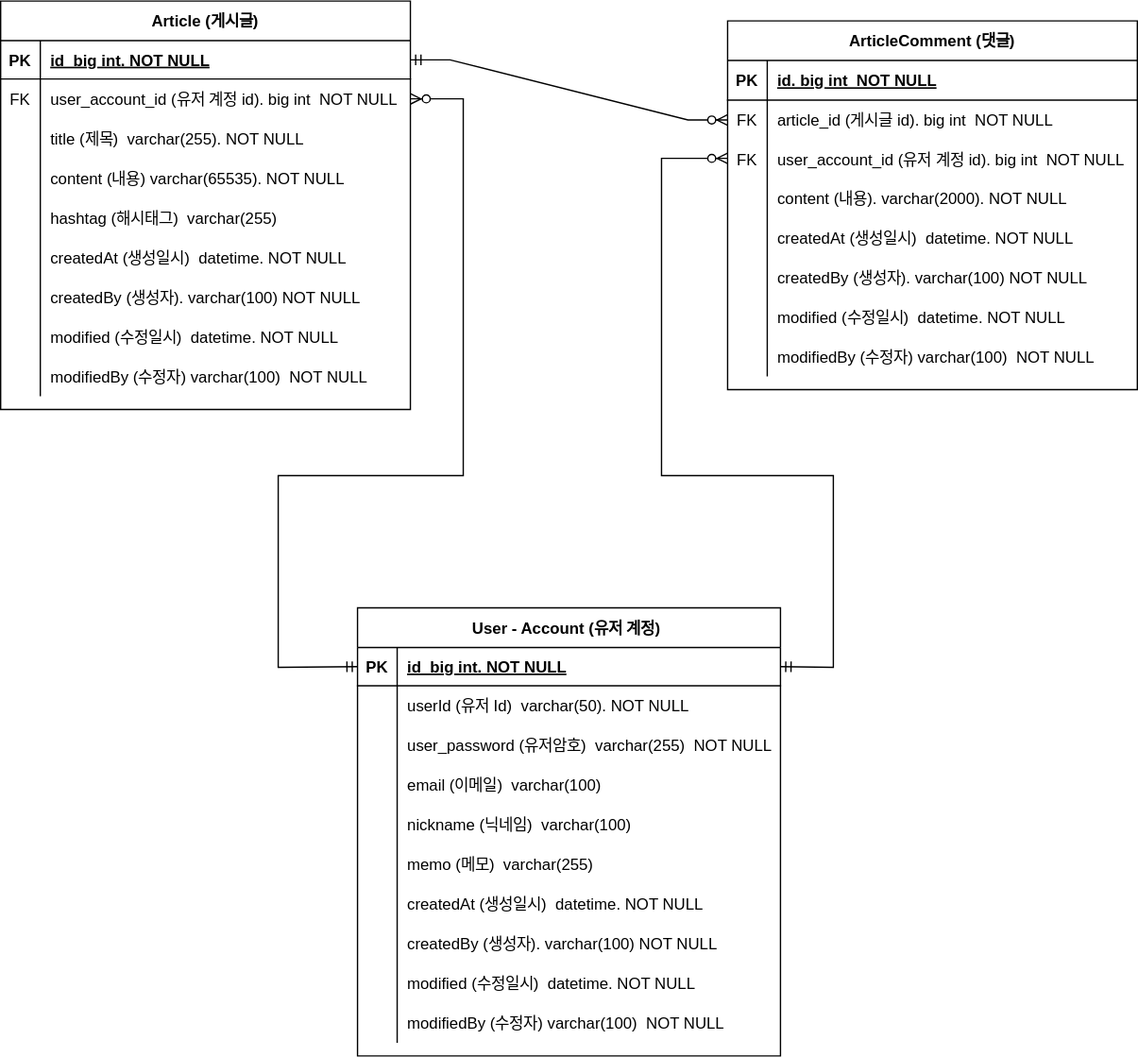
itavita08/project-board keeps this draw.io diagram as document/board-erd.drawio.svg. Above is the earlier version. Source tidied: cells renumbered, new cells last; positions are measured from the earlier drawing's top-left corner, leaving out a move shared by most shapes.
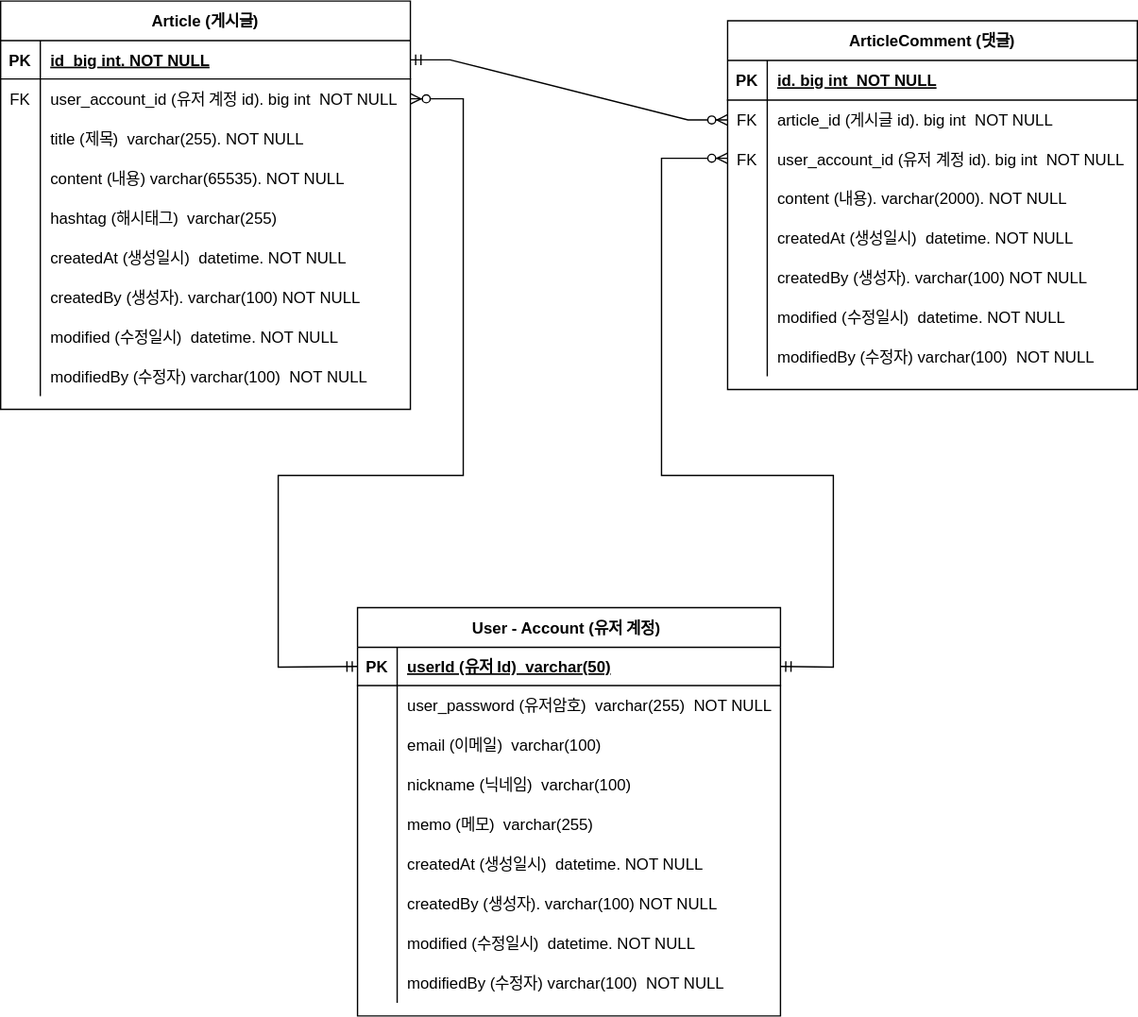
The same diagram one commit later.

Commit message:
#32 - ERD 문서 수정: 회원 계정 user_id 를 PK 로 변경

회원 계정 기존 `id` 를 삭제하고 `user_id`를 pk로 변경하는
그림 적용

Diff of the diagram source:
```diff
@@ -165,7 +165,7 @@
       <mxGeometry relative="1" as="geometry" />
     </mxCell>
     <mxCell id="56" value="User - Account (유저 계정) " style="shape=table;startSize=30;rowLines=0;fontStyle=1;align=center;" parent="1" vertex="1">
-      <mxGeometry x="270" y="459" width="320" height="339" as="geometry" />
+      <mxGeometry x="270" y="459" width="320" height="309" as="geometry" />
     </mxCell>
     <mxCell id="57" style="shape=partialRectangle;fillColor=none;points=[[0,0.5],[1,0.5]];portConstraint=eastwest;top=0;left=0;right=0;bottom=1;" parent="56" vertex="1">
       <mxGeometry y="30" width="320" height="29" as="geometry" />
@@ -173,7 +173,7 @@
     <mxCell id="58" value="PK" style="shape=partialRectangle;overflow=hidden;fillColor=none;top=0;left=0;bottom=0;right=0;fontStyle=1;" parent="57" vertex="1">
       <mxGeometry width="30" height="29" as="geometry" />
     </mxCell>
-    <mxCell id="59" value="id  big int. NOT NULL" style="shape=partialRectangle;overflow=hidden;fillColor=none;top=0;left=0;bottom=0;right=0;align=left;spacingLeft=6;fontStyle=5;" parent="57" vertex="1">
+    <mxCell id="59" value="userId (유저 Id)  varchar(50)" style="shape=partialRectangle;overflow=hidden;fillColor=none;top=0;left=0;bottom=0;right=0;align=left;spacingLeft=6;fontStyle=5;" parent="57" vertex="1">
       <mxGeometry x="30" width="290" height="29" as="geometry" />
     </mxCell>
     <mxCell id="60" style="shape=partialRectangle;fillColor=none;top=0;left=0;right=0;bottom=0;fontStyle=0;" parent="56" vertex="1">
@@ -182,7 +182,7 @@
     <mxCell id="61" style="shape=partialRectangle;overflow=hidden;fillColor=none;top=0;left=0;bottom=0;right=0;" parent="60" vertex="1">
       <mxGeometry width="30" height="30" as="geometry" />
     </mxCell>
-    <mxCell id="62" value="userId (유저 Id)  varchar(50). NOT NULL" style="shape=partialRectangle;overflow=hidden;fillColor=none;top=0;left=0;bottom=0;right=0;align=left;spacingLeft=6;strokeColor=inherit;fontStyle=0;" parent="60" vertex="1">
+    <mxCell id="62" value="user_password (유저암호)  varchar(255)  NOT NULL" style="shape=partialRectangle;overflow=hidden;fillColor=none;top=0;left=0;bottom=0;right=0;align=left;spacingLeft=6;strokeColor=inherit;fontStyle=0;" parent="60" vertex="1">
       <mxGeometry x="30" width="290" height="30" as="geometry" />
     </mxCell>
     <mxCell id="63" style="shape=partialRectangle;fillColor=none;top=0;left=0;right=0;bottom=0;" parent="56" vertex="1">
@@ -191,7 +191,7 @@
     <mxCell id="64" style="shape=partialRectangle;overflow=hidden;fillColor=none;top=0;left=0;bottom=0;right=0;" parent="63" vertex="1">
       <mxGeometry width="30" height="30" as="geometry" />
     </mxCell>
-    <mxCell id="65" value="user_password (유저암호)  varchar(255)  NOT NULL" style="shape=partialRectangle;overflow=hidden;fillColor=none;top=0;left=0;bottom=0;right=0;align=left;spacingLeft=6;strokeColor=inherit;fontStyle=0;" parent="63" vertex="1">
+    <mxCell id="65" value="email (이메일)  varchar(100)" style="shape=partialRectangle;overflow=hidden;fillColor=none;top=0;left=0;bottom=0;right=0;align=left;spacingLeft=6;strokeColor=inherit;fontStyle=0;" parent="63" vertex="1">
       <mxGeometry x="30" width="290" height="30" as="geometry" />
     </mxCell>
     <mxCell id="66" style="shape=partialRectangle;fillColor=none;top=0;left=0;right=0;bottom=0;" parent="56" vertex="1">
@@ -200,7 +200,7 @@
     <mxCell id="67" style="shape=partialRectangle;overflow=hidden;fillColor=none;top=0;left=0;bottom=0;right=0;" parent="66" vertex="1">
       <mxGeometry width="30" height="30" as="geometry" />
     </mxCell>
-    <mxCell id="68" value="email (이메일)  varchar(100)" style="shape=partialRectangle;overflow=hidden;fillColor=none;top=0;left=0;bottom=0;right=0;align=left;spacingLeft=6;strokeColor=inherit;" parent="66" vertex="1">
+    <mxCell id="68" value="nickname (닉네임)  varchar(100)" style="shape=partialRectangle;overflow=hidden;fillColor=none;top=0;left=0;bottom=0;right=0;align=left;spacingLeft=6;strokeColor=inherit;" parent="66" vertex="1">
       <mxGeometry x="30" width="290" height="30" as="geometry" />
     </mxCell>
     <mxCell id="69" style="shape=partialRectangle;fillColor=none;top=0;left=0;right=0;bottom=0;" parent="56" vertex="1">
@@ -209,7 +209,7 @@
     <mxCell id="70" style="shape=partialRectangle;overflow=hidden;fillColor=none;top=0;left=0;bottom=0;right=0;" parent="69" vertex="1">
       <mxGeometry width="30" height="30" as="geometry" />
     </mxCell>
-    <mxCell id="71" value="nickname (닉네임)  varchar(100)" style="shape=partialRectangle;overflow=hidden;fillColor=none;top=0;left=0;bottom=0;right=0;align=left;spacingLeft=6;strokeColor=inherit;fontStyle=0;" parent="69" vertex="1">
+    <mxCell id="71" value="memo (메모)  varchar(255)" style="shape=partialRectangle;overflow=hidden;fillColor=none;top=0;left=0;bottom=0;right=0;align=left;spacingLeft=6;strokeColor=inherit;fontStyle=0;" parent="69" vertex="1">
       <mxGeometry x="30" width="290" height="30" as="geometry" />
     </mxCell>
     <mxCell id="72" style="shape=partialRectangle;fillColor=none;top=0;left=0;right=0;bottom=0;" parent="56" vertex="1">
@@ -218,7 +218,7 @@
     <mxCell id="73" style="shape=partialRectangle;overflow=hidden;fillColor=none;top=0;left=0;bottom=0;right=0;" parent="72" vertex="1">
       <mxGeometry width="30" height="30" as="geometry" />
     </mxCell>
-    <mxCell id="74" value="memo (메모)  varchar(255)" style="shape=partialRectangle;overflow=hidden;fillColor=none;top=0;left=0;bottom=0;right=0;align=left;spacingLeft=6;strokeColor=inherit;fontStyle=0;" parent="72" vertex="1">
+    <mxCell id="74" value="createdAt (생성일시)  datetime. NOT NULL" style="shape=partialRectangle;overflow=hidden;fillColor=none;top=0;left=0;bottom=0;right=0;align=left;spacingLeft=6;strokeColor=inherit;fontStyle=0;" parent="72" vertex="1">
       <mxGeometry x="30" width="290" height="30" as="geometry" />
     </mxCell>
     <mxCell id="75" style="shape=partialRectangle;fillColor=none;top=0;left=0;right=0;bottom=0;" parent="56" vertex="1">
@@ -227,7 +227,7 @@
     <mxCell id="76" style="shape=partialRectangle;overflow=hidden;fillColor=none;top=0;left=0;bottom=0;right=0;" parent="75" vertex="1">
       <mxGeometry width="30" height="30" as="geometry" />
     </mxCell>
-    <mxCell id="77" value="createdAt (생성일시)  datetime. NOT NULL" style="shape=partialRectangle;overflow=hidden;fillColor=none;top=0;left=0;bottom=0;right=0;align=left;spacingLeft=6;strokeColor=inherit;fontStyle=0;" parent="75" vertex="1">
+    <mxCell id="77" value="createdBy (생성자). varchar(100) NOT NULL" style="shape=partialRectangle;overflow=hidden;fillColor=none;top=0;left=0;bottom=0;right=0;align=left;spacingLeft=6;strokeColor=inherit;fontStyle=0;" parent="75" vertex="1">
       <mxGeometry x="30" width="290" height="30" as="geometry" />
     </mxCell>
     <mxCell id="78" style="shape=partialRectangle;fillColor=none;top=0;left=0;right=0;bottom=0;" parent="56" vertex="1">
@@ -236,7 +236,7 @@
     <mxCell id="79" style="shape=partialRectangle;overflow=hidden;fillColor=none;top=0;left=0;bottom=0;right=0;" parent="78" vertex="1">
       <mxGeometry width="30" height="30" as="geometry" />
     </mxCell>
-    <mxCell id="80" value="createdBy (생성자). varchar(100) NOT NULL" style="shape=partialRectangle;overflow=hidden;fillColor=none;top=0;left=0;bottom=0;right=0;align=left;spacingLeft=6;strokeColor=inherit;fontStyle=0;" parent="78" vertex="1">
+    <mxCell id="80" value="modified (수정일시)  datetime. NOT NULL" style="shape=partialRectangle;overflow=hidden;fillColor=none;top=0;left=0;bottom=0;right=0;align=left;spacingLeft=6;strokeColor=inherit;fontStyle=0;" parent="78" vertex="1">
       <mxGeometry x="30" width="290" height="30" as="geometry" />
     </mxCell>
     <mxCell id="81" style="shape=partialRectangle;fillColor=none;top=0;left=0;right=0;bottom=0;" parent="56" vertex="1">
@@ -245,18 +245,9 @@
     <mxCell id="82" style="shape=partialRectangle;overflow=hidden;fillColor=none;top=0;left=0;bottom=0;right=0;" parent="81" vertex="1">
       <mxGeometry width="30" height="30" as="geometry" />
     </mxCell>
-    <mxCell id="83" value="modified (수정일시)  datetime. NOT NULL" style="shape=partialRectangle;overflow=hidden;fillColor=none;top=0;left=0;bottom=0;right=0;align=left;spacingLeft=6;strokeColor=inherit;fontStyle=0;" parent="81" vertex="1">
+    <mxCell id="83" value="modifiedBy (수정자) varchar(100)  NOT NULL" style="shape=partialRectangle;overflow=hidden;fillColor=none;top=0;left=0;bottom=0;right=0;align=left;spacingLeft=6;strokeColor=inherit;fontStyle=0;" parent="81" vertex="1">
       <mxGeometry x="30" width="290" height="30" as="geometry" />
     </mxCell>
-    <mxCell id="84" style="shape=partialRectangle;fillColor=none;top=0;left=0;right=0;bottom=0;" parent="56" vertex="1">
-      <mxGeometry y="299" width="320" height="30" as="geometry" />
-    </mxCell>
-    <mxCell id="85" style="shape=partialRectangle;overflow=hidden;fillColor=none;top=0;left=0;bottom=0;right=0;" parent="84" vertex="1">
-      <mxGeometry width="30" height="30" as="geometry" />
-    </mxCell>
-    <mxCell id="86" value="modifiedBy (수정자) varchar(100)  NOT NULL" style="shape=partialRectangle;overflow=hidden;fillColor=none;top=0;left=0;bottom=0;right=0;align=left;spacingLeft=6;strokeColor=inherit;fontStyle=0;" parent="84" vertex="1">
-      <mxGeometry x="30" width="290" height="30" as="geometry" />
-    </mxCell>
     <mxCell id="87" style="fontSize=12;html=1;endArrow=ERzeroToMany;startArrow=ERmandOne;rounded=0;exitX=1;exitY=0.5;exitDx=0;exitDy=0;" parent="1" edge="1" source="57">
       <mxGeometry relative="1" as="geometry">
         <mxPoint x="550" y="119" as="targetPoint" />
```
